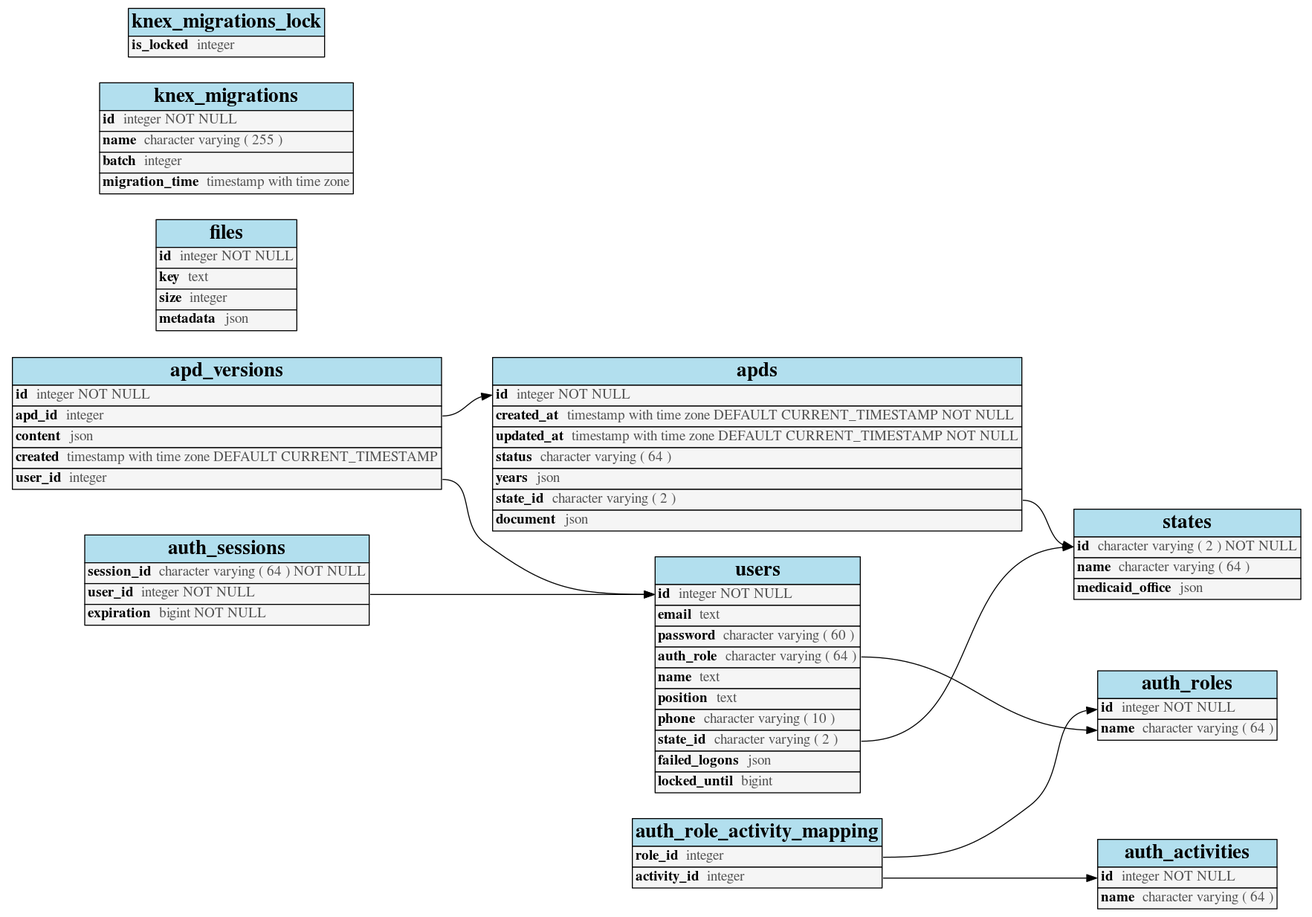
This is docs/database-diagram.png from Enterprise-CMCS/eAPD, a Graphviz export, as it was before one commit. Its source is kept beside it as docs/database-diagram.dot.
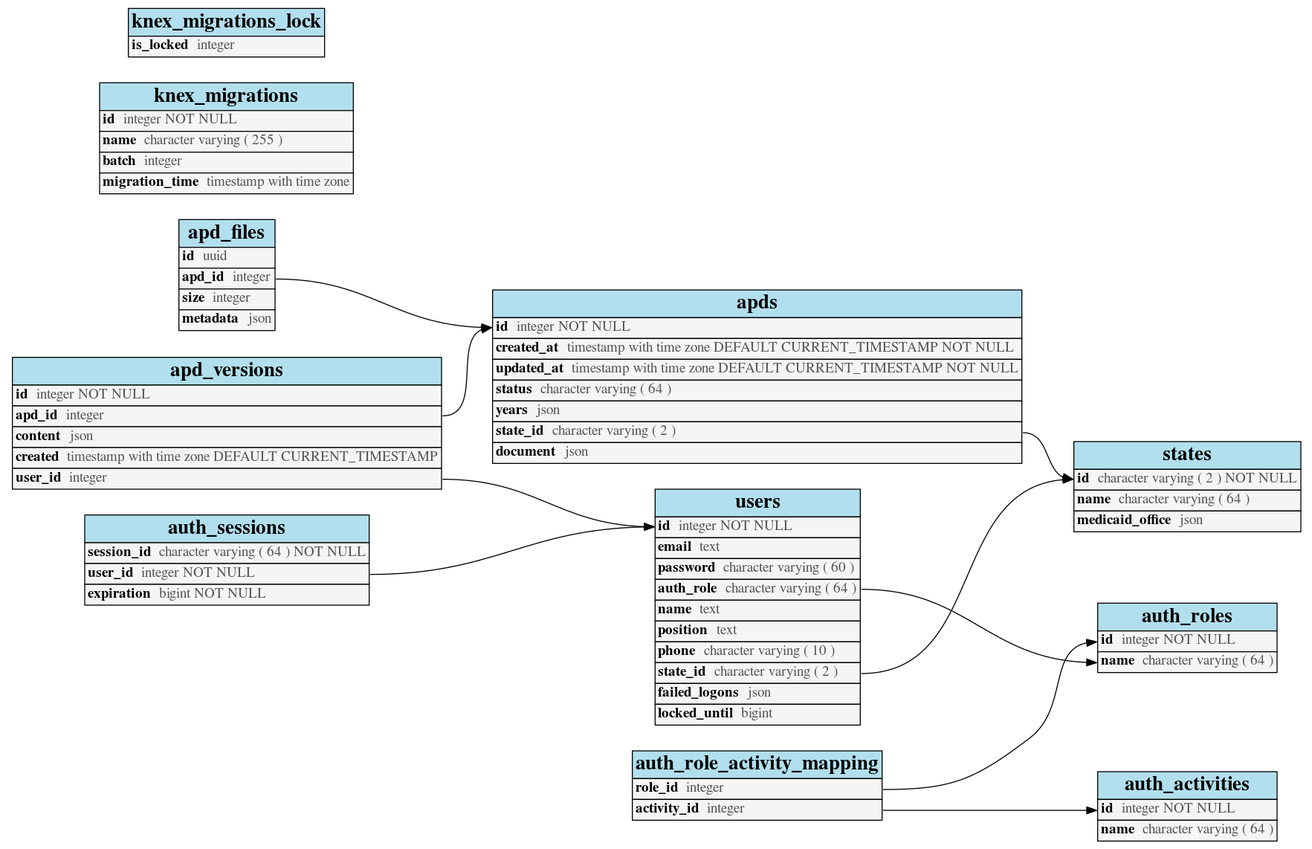
After the commit.

What changed in the source:
```diff
@@ -1,8 +1,20 @@
 /*
- * Graphviz of '<open file '<stdin>', mode 'r' at 0x7f389a83e0c0>', created 2019-10-18 20:24:25.731945
+ * Graphviz of '<open file '<stdin>', mode 'r' at 0x7f3fab3ed0c0>', created 2019-12-04 19:56:55.514987
  * Generated from https://github.com/rm-hull/sql_graphviz
  */
 digraph g { graph [ rankdir = "LR" ];
+
+  "apd_files" [
+    shape=none
+    label=<
+      <table border="0" cellspacing="0" cellborder="1">
+        <tr><td bgcolor="lightblue2"><font face="Times-bold" point-size="20">apd_files</font></td></tr>
+        <tr><td bgcolor="grey96" align="left" port="id"><font face="Times-bold">id</font>  <font color="#535353">uuid</font></td></tr>
+        <tr><td bgcolor="grey96" align="left" port="apd_id"><font face="Times-bold">apd_id</font>  <font color="#535353">integer</font></td></tr>
+        <tr><td bgcolor="grey96" align="left" port="size"><font face="Times-bold">size</font>  <font color="#535353">integer</font></td></tr>
+        <tr><td bgcolor="grey96" align="left" port="metadata"><font face="Times-bold">metadata</font>  <font color="#535353">json</font></td></tr>
+      </table>
+    >];
 
   "apd_versions" [
     shape=none
@@ -73,18 +85,6 @@
       </table>
     >];
 
-  "files" [
-    shape=none
-    label=<
-      <table border="0" cellspacing="0" cellborder="1">
-        <tr><td bgcolor="lightblue2"><font face="Times-bold" point-size="20">files</font></td></tr>
-        <tr><td bgcolor="grey96" align="left" port="id"><font face="Times-bold">id</font>  <font color="#535353">integer NOT NULL</font></td></tr>
-        <tr><td bgcolor="grey96" align="left" port="key"><font face="Times-bold">key</font>  <font color="#535353">text</font></td></tr>
-        <tr><td bgcolor="grey96" align="left" port="size"><font face="Times-bold">size</font>  <font color="#535353">integer</font></td></tr>
-        <tr><td bgcolor="grey96" align="left" port="metadata"><font face="Times-bold">metadata</font>  <font color="#535353">json</font></td></tr>
-      </table>
-    >];
-
   "knex_migrations" [
     shape=none
     label=<
@@ -134,6 +134,7 @@
         <tr><td bgcolor="grey96" align="left" port="locked_until"><font face="Times-bold">locked_until</font>  <font color="#535353">bigint</font></td></tr>
       </table>
     >];
+  "apd_files":apd_id -> "apds":id
   "apd_versions":apd_id -> "apds":id
   "apd_versions":user_id -> "users":id
   "apds":state_id -> "states":id
```
